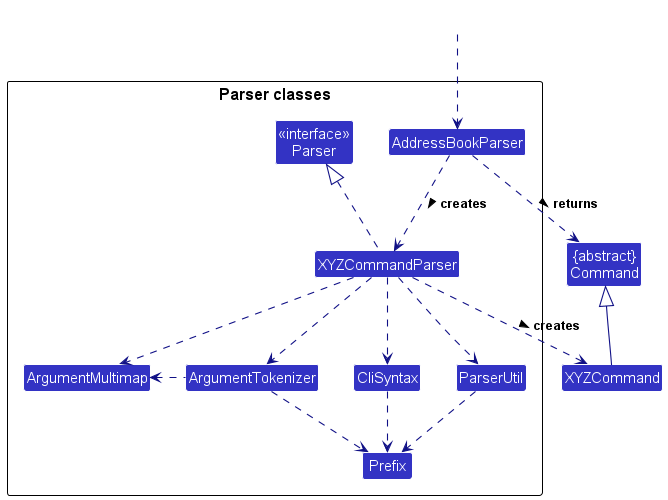
Earlier version of the PlantUML export docs/images/ParserClasses.png (nus-cs2103-AY2425S1/tp). Source of this version:
```plantuml
@startuml
!include style.puml
skinparam arrowThickness 1.1
skinparam arrowColor LOGIC_COLOR_T4
skinparam classBackgroundColor LOGIC_COLOR

Class "{abstract}\nCommand" as Command
Class XYZCommand

package "Parser classes"{
Class "<<interface>>\nParser" as Parser
Class AddressBookParser
Class XYZCommandParser
Class CliSyntax
Class ParserUtil
Class ArgumentMultimap
Class ArgumentTokenizer
Class Prefix
}

Class HiddenOutside #FFFFFF
HiddenOutside ..> AddressBookParser

AddressBookParser .down.> XYZCommandParser: creates >

XYZCommandParser ..> XYZCommand : creates >
AddressBookParser ..> Command : returns >
XYZCommandParser .up.|> Parser
XYZCommandParser ..> ArgumentMultimap
XYZCommandParser ..> ArgumentTokenizer
ArgumentTokenizer .left.> ArgumentMultimap
XYZCommandParser ..> CliSyntax
CliSyntax ..> Prefix
XYZCommandParser ..> ParserUtil
ParserUtil .down.> Prefix
ArgumentTokenizer .down.> Prefix
XYZCommand -up-|> Command
@enduml
```
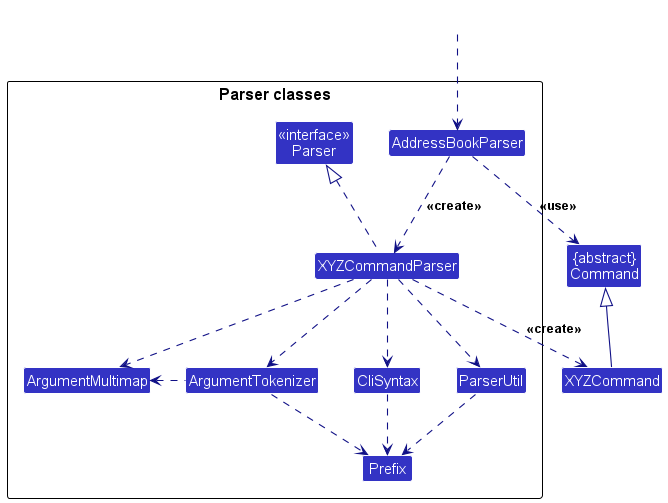
The same file after the commit.

Diff of the diagram source:
```diff
@@ -21,10 +21,10 @@
 Class HiddenOutside #FFFFFF
 HiddenOutside ..> AddressBookParser
 
-AddressBookParser .down.> XYZCommandParser: creates >
+AddressBookParser .down.> XYZCommandParser: <<create>>
 
-XYZCommandParser ..> XYZCommand : creates >
-AddressBookParser ..> Command : returns >
+XYZCommandParser ..> XYZCommand : <<create>>
+AddressBookParser ..> Command : <<use>>
 XYZCommandParser .up.|> Parser
 XYZCommandParser ..> ArgumentMultimap
 XYZCommandParser ..> ArgumentTokenizer
```
